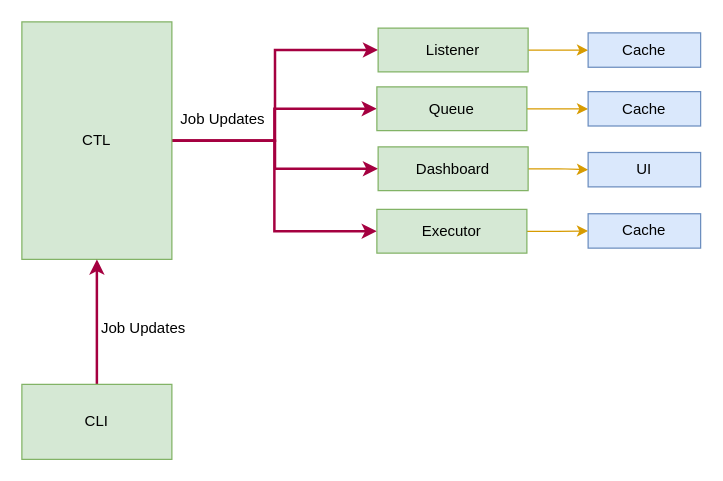
Earlier version of the draw.io diagram page "Job updates" (4 of 10) of docs/Jobico.drawio (andrescosta/jobico-fn). Source tidied: cells renumbered, new cells numbered last; positions are measured from the earlier drawing's top-left corner, leaving out a move shared by most shapes. Both pictures are drawn from the tidied source at 125%, with x=0, y=0 at pixel (21, 21).
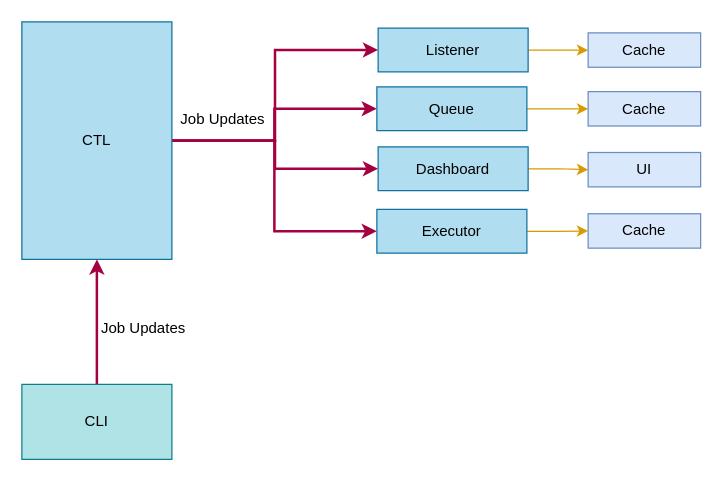
Above is the later version.

Diff of the diagram source:
```diff
@@
-    <mxCell id="6" value="CTL" style="rounded=0;whiteSpace=wrap;html=1;fillColor=#d5e8d4;strokeColor=#82b366;" parent="1" vertex="1">
+    <mxCell id="6" value="CTL" style="rounded=0;whiteSpace=wrap;html=1;fillColor=#b1ddf0;strokeColor=#10739e;align=center;verticalAlign=middle;fontFamily=Helvetica;fontSize=12;fontColor=default;" parent="1" vertex="1">
       <mxGeometry width="120" height="190" as="geometry" />
     </mxCell>
@@
-    <mxCell id="8" value="CLI" style="rounded=0;whiteSpace=wrap;html=1;fillColor=#d5e8d4;strokeColor=#82b366;" parent="1" vertex="1">
+    <mxCell id="8" value="CLI" style="rounded=0;whiteSpace=wrap;html=1;fillColor=#b0e3e6;strokeColor=#0e8088;align=center;verticalAlign=middle;fontFamily=Helvetica;fontSize=12;" parent="1" vertex="1">
       <mxGeometry y="290" width="120" height="60" as="geometry" />
     </mxCell>
@@
-    <mxCell id="10" value="Listener" style="rounded=0;whiteSpace=wrap;html=1;fillColor=#d5e8d4;strokeColor=#82b366;" parent="1" vertex="1">
+    <mxCell id="10" value="Listener" style="rounded=0;whiteSpace=wrap;html=1;fillColor=#b1ddf0;strokeColor=#10739e;align=center;verticalAlign=middle;fontFamily=Helvetica;fontSize=12;fontColor=default;" parent="1" vertex="1">
       <mxGeometry x="285" y="5" width="120" height="35" as="geometry" />
     </mxCell>
@@
-    <mxCell id="14" value="Queue" style="rounded=0;whiteSpace=wrap;html=1;fillColor=#d5e8d4;strokeColor=#82b366;" parent="1" vertex="1">
+    <mxCell id="14" value="Queue" style="rounded=0;whiteSpace=wrap;html=1;fillColor=#b1ddf0;strokeColor=#10739e;align=center;verticalAlign=middle;fontFamily=Helvetica;fontSize=12;fontColor=default;" parent="1" vertex="1">
       <mxGeometry x="284" y="52" width="120" height="35" as="geometry" />
     </mxCell>
@@
-    <mxCell id="16" value="Dashboard" style="rounded=0;whiteSpace=wrap;html=1;fillColor=#d5e8d4;strokeColor=#82b366;" parent="1" vertex="1">
+    <mxCell id="16" value="Dashboard" style="rounded=0;whiteSpace=wrap;html=1;fillColor=#b1ddf0;strokeColor=#10739e;align=center;verticalAlign=middle;fontFamily=Helvetica;fontSize=12;fontColor=default;" parent="1" vertex="1">
       <mxGeometry x="285" y="100" width="120" height="35" as="geometry" />
     </mxCell>
@@
-    <mxCell id="18" value="Executor" style="rounded=0;whiteSpace=wrap;html=1;fillColor=#d5e8d4;strokeColor=#82b366;" parent="1" vertex="1">
+    <mxCell id="18" value="Executor" style="rounded=0;whiteSpace=wrap;html=1;fillColor=#b1ddf0;strokeColor=#10739e;align=center;verticalAlign=middle;fontFamily=Helvetica;fontSize=12;fontColor=default;" parent="1" vertex="1">
       <mxGeometry x="284" y="150" width="120" height="35" as="geometry" />
     </mxCell>
```
